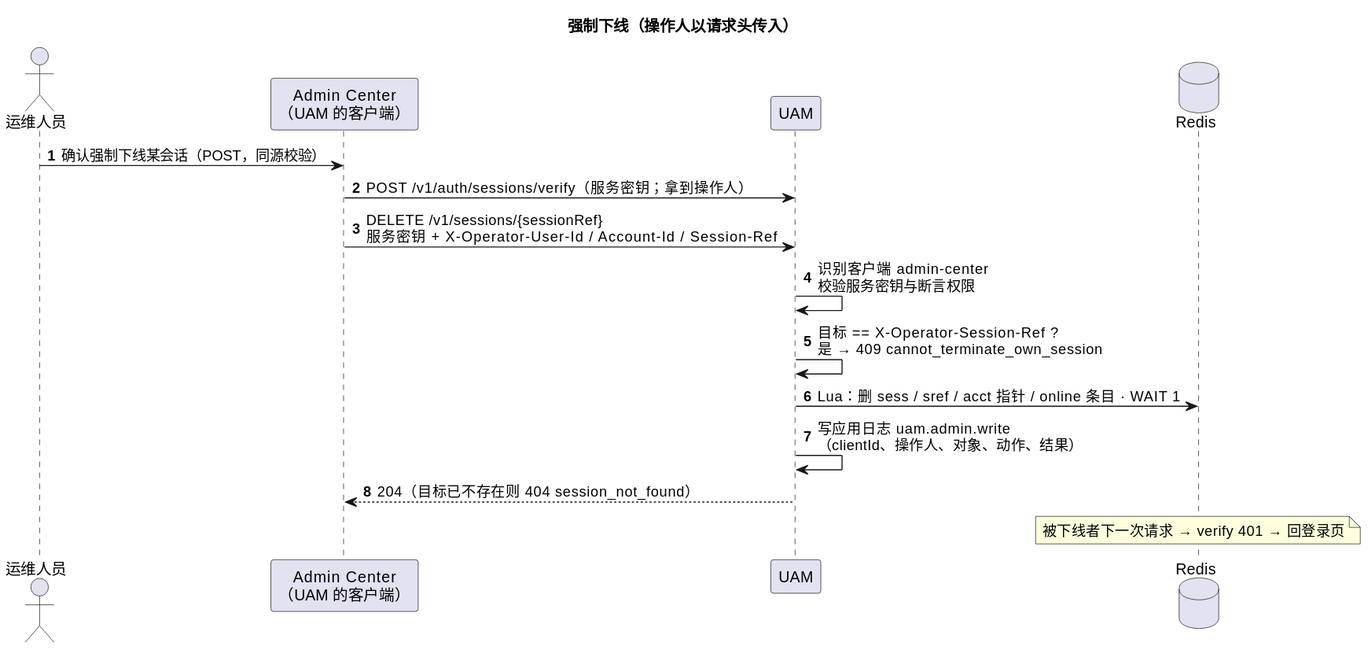
xiayy860612/tech-toolkit keeps this PlantUML diagram as docs/system-design/diagrams/seq-terminate-session.svg. Above is the earlier version. The source it was exported from:
```plantuml
@startuml
title 强制下线（操作人以请求头传入）
autonumber

actor "运维人员" as O
participant "Admin Center\n（UAM 的客户端）" as AC
participant "UAM" as U
database "Redis" as R

O -> AC : 确认强制下线某会话（POST，同源校验）
AC -> U : POST /v1/auth/sessions/verify（服务密钥；拿到操作人）
AC -> U : DELETE /v1/sessions/{sessionRef}\n服务密钥 + X-Operator-User-Id / Account-Id / Session-Ref
U -> U : 识别客户端 admin-center\n校验服务密钥与断言权限
U -> U : 目标 == X-Operator-Session-Ref ?\n是 → 409 cannot_terminate_own_session
U -> R : Lua：删 sess / sref / acct 指针 / online 条目 · WAIT 1
U -> U : 写应用日志 uam.admin.write\n（clientId、操作人、对象、动作、结果）
U --> AC : 204（目标已不存在则 404 session_not_found）

note over R
  被下线者下一次请求 → verify 401 → 回登录页
end note
@enduml
```
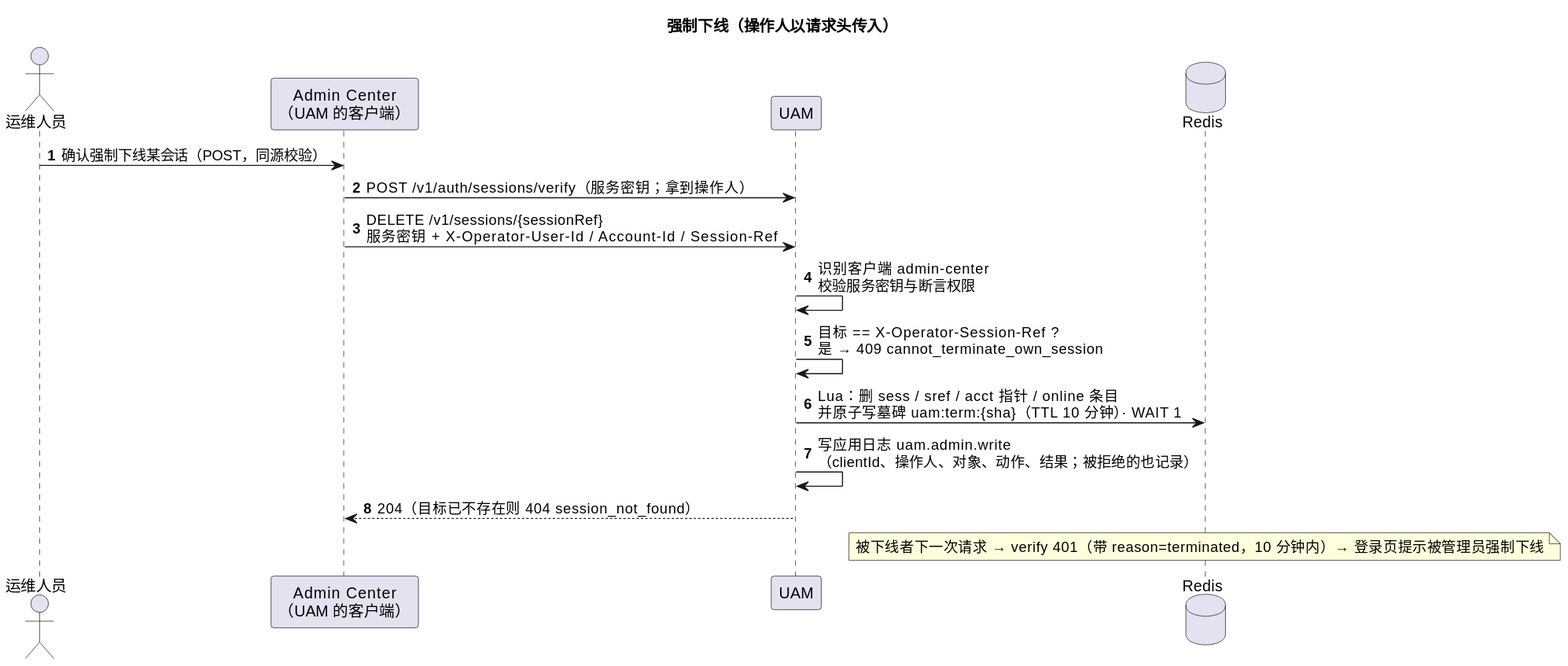
After the commit.

The edit, as a diff of the source:
```diff
@@ -12,11 +12,11 @@
 AC -> U : DELETE /v1/sessions/{sessionRef}\n服务密钥 + X-Operator-User-Id / Account-Id / Session-Ref
 U -> U : 识别客户端 admin-center\n校验服务密钥与断言权限
 U -> U : 目标 == X-Operator-Session-Ref ?\n是 → 409 cannot_terminate_own_session
-U -> R : Lua：删 sess / sref / acct 指针 / online 条目 · WAIT 1
-U -> U : 写应用日志 uam.admin.write\n（clientId、操作人、对象、动作、结果）
+U -> R : Lua：删 sess / sref / acct 指针 / online 条目\n并原子写墓碑 uam:term:{sha}（TTL 10 分钟）· WAIT 1
+U -> U : 写应用日志 uam.admin.write\n（clientId、操作人、对象、动作、结果；被拒绝的也记录）
 U --> AC : 204（目标已不存在则 404 session_not_found）
 
 note over R
-  被下线者下一次请求 → verify 401 → 回登录页
+  被下线者下一次请求 → verify 401（带 reason=terminated，10 分钟内）→ 登录页提示被管理员强制下线
 end note
 @enduml
```
